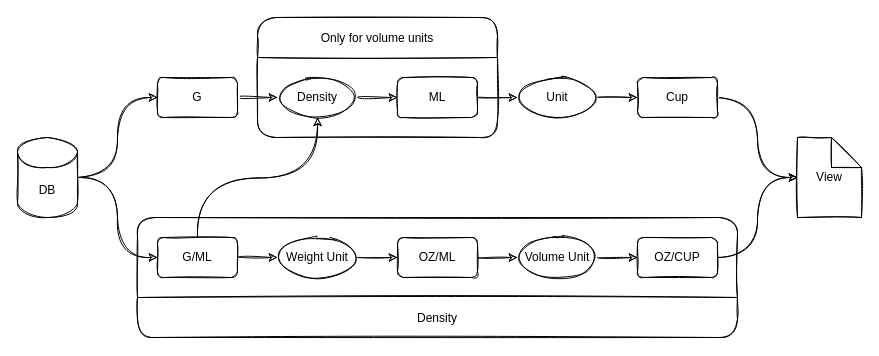
The draw.io diagram page "Page-2" (2 of 2) of data-model.drawio in ch-greams/recipe-book-app, before the edit. Source tidied: cells renumbered, new cells numbered last; positions are measured from the earlier drawing's top-left corner, leaving out a move shared by most shapes. Both pictures are drawn from the tidied source at 100%, with x=0, y=0 at pixel (17, 17).
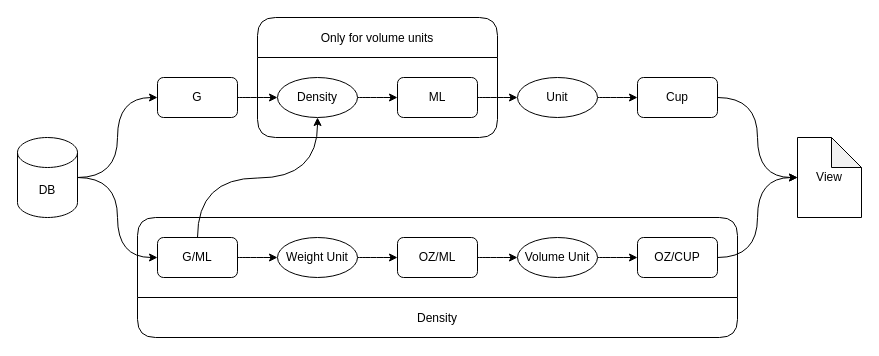
The same diagram, later.

What changed in the source:
```diff
@@
-    <mxCell id="2" style="edgeStyle=orthogonalEdgeStyle;curved=1;rounded=0;sketch=1;jettySize=auto;html=1;exitX=1;exitY=0.5;exitDx=0;exitDy=0;startArrow=none;startFill=0;endArrow=classic;endFill=1;entryX=0;entryY=0.5;entryDx=0;entryDy=0;" parent="1" edge="1" source="3" target="5">
+    <mxCell id="2" style="edgeStyle=orthogonalEdgeStyle;curved=1;rounded=0;jettySize=auto;html=1;exitX=1;exitY=0.5;exitDx=0;exitDy=0;startArrow=none;startFill=0;endArrow=classic;endFill=1;entryX=0;entryY=0.5;entryDx=0;entryDy=0;" parent="1" edge="1" source="3" target="5">
       <mxGeometry relative="1" as="geometry" />
     </mxCell>
-    <mxCell id="3" value="G" style="whiteSpace=wrap;html=1;rounded=1;sketch=1;" parent="1" vertex="1">
+    <mxCell id="3" value="G" style="whiteSpace=wrap;html=1;rounded=1;" parent="1" vertex="1">
       <mxGeometry x="140" y="60" width="80" height="40" as="geometry" />
     </mxCell>
-    <mxCell id="4" style="edgeStyle=orthogonalEdgeStyle;curved=1;rounded=0;sketch=1;jettySize=auto;html=1;entryX=0;entryY=0.5;entryDx=0;entryDy=0;startArrow=none;startFill=0;endArrow=classic;endFill=1;" parent="1" edge="1" source="5" target="7">
+    <mxCell id="4" style="edgeStyle=orthogonalEdgeStyle;curved=1;rounded=0;jettySize=auto;html=1;entryX=0;entryY=0.5;entryDx=0;entryDy=0;startArrow=none;startFill=0;endArrow=classic;endFill=1;" parent="1" edge="1" source="5" target="7">
       <mxGeometry relative="1" as="geometry" />
     </mxCell>
-    <mxCell id="5" value="Density" style="ellipse;whiteSpace=wrap;html=1;rounded=1;sketch=1;" parent="1" vertex="1">
+    <mxCell id="5" value="Density" style="ellipse;whiteSpace=wrap;html=1;rounded=1;" parent="1" vertex="1">
       <mxGeometry x="260" y="60" width="80" height="40" as="geometry" />
     </mxCell>
-    <mxCell id="6" style="edgeStyle=orthogonalEdgeStyle;curved=1;rounded=0;sketch=1;jettySize=auto;html=1;entryX=0;entryY=0.5;entryDx=0;entryDy=0;startArrow=none;startFill=0;endArrow=classic;endFill=1;" parent="1" edge="1" source="7" target="9">
+    <mxCell id="6" style="edgeStyle=orthogonalEdgeStyle;curved=1;rounded=0;jettySize=auto;html=1;entryX=0;entryY=0.5;entryDx=0;entryDy=0;startArrow=none;startFill=0;endArrow=classic;endFill=1;" parent="1" edge="1" source="7" target="9">
       <mxGeometry relative="1" as="geometry" />
     </mxCell>
-    <mxCell id="7" value="ML" style="whiteSpace=wrap;html=1;rounded=1;sketch=1;" parent="1" vertex="1">
+    <mxCell id="7" value="ML" style="whiteSpace=wrap;html=1;rounded=1;" parent="1" vertex="1">
       <mxGeometry x="380" y="60" width="80" height="40" as="geometry" />
     </mxCell>
-    <mxCell id="8" style="edgeStyle=orthogonalEdgeStyle;curved=1;rounded=0;sketch=1;jettySize=auto;html=1;entryX=0;entryY=0.5;entryDx=0;entryDy=0;startArrow=none;startFill=0;endArrow=classic;endFill=1;" parent="1" edge="1" source="9" target="11">
+    <mxCell id="8" style="edgeStyle=orthogonalEdgeStyle;curved=1;rounded=0;jettySize=auto;html=1;entryX=0;entryY=0.5;entryDx=0;entryDy=0;startArrow=none;startFill=0;endArrow=classic;endFill=1;" parent="1" edge="1" source="9" target="11">
       <mxGeometry relative="1" as="geometry" />
     </mxCell>
-    <mxCell id="9" value="Unit" style="ellipse;whiteSpace=wrap;html=1;rounded=1;sketch=1;" parent="1" vertex="1">
+    <mxCell id="9" value="Unit" style="ellipse;whiteSpace=wrap;html=1;rounded=1;" parent="1" vertex="1">
       <mxGeometry x="500" y="60" width="80" height="40" as="geometry" />
     </mxCell>
-    <mxCell id="10" style="edgeStyle=orthogonalEdgeStyle;curved=1;rounded=0;sketch=1;jettySize=auto;html=1;exitX=1;exitY=0.5;exitDx=0;exitDy=0;entryX=0;entryY=0.5;entryDx=0;entryDy=0;entryPerimeter=0;fontFamily=Helvetica;startArrow=none;startFill=0;endArrow=classic;endFill=1;" parent="1" edge="1" source="11" target="28">
+    <mxCell id="10" style="edgeStyle=orthogonalEdgeStyle;curved=1;rounded=0;jettySize=auto;html=1;exitX=1;exitY=0.5;exitDx=0;exitDy=0;entryX=0;entryY=0.5;entryDx=0;entryDy=0;entryPerimeter=0;fontFamily=Helvetica;startArrow=none;startFill=0;endArrow=classic;endFill=1;" parent="1" edge="1" source="11" target="28">
       <mxGeometry relative="1" as="geometry" />
     </mxCell>
-    <mxCell id="11" value="Cup" style="whiteSpace=wrap;html=1;rounded=1;sketch=1;" parent="1" vertex="1">
+    <mxCell id="11" value="Cup" style="whiteSpace=wrap;html=1;rounded=1;" parent="1" vertex="1">
       <mxGeometry x="620" y="60" width="80" height="40" as="geometry" />
     </mxCell>
-    <mxCell id="12" value="Only for volume units" style="swimlane;rounded=1;sketch=1;startSize=40;fontFamily=Helvetica;fontStyle=0;glass=0;shadow=0;" parent="1" vertex="1">
+    <mxCell id="12" value="Only for volume units" style="swimlane;rounded=1;startSize=40;fontFamily=Helvetica;fontStyle=0;glass=0;shadow=0;" parent="1" vertex="1">
       <mxGeometry x="240" width="240" height="120" as="geometry" />
     </mxCell>
-    <mxCell id="13" style="edgeStyle=orthogonalEdgeStyle;curved=1;rounded=0;sketch=1;jettySize=auto;html=1;exitX=1;exitY=0.5;exitDx=0;exitDy=0;entryX=0;entryY=0.5;entryDx=0;entryDy=0;fontFamily=Helvetica;startArrow=none;startFill=0;endArrow=classic;endFill=1;" parent="1" edge="1" source="15" target="19">
+    <mxCell id="13" style="edgeStyle=orthogonalEdgeStyle;curved=1;rounded=0;jettySize=auto;html=1;exitX=1;exitY=0.5;exitDx=0;exitDy=0;entryX=0;entryY=0.5;entryDx=0;entryDy=0;fontFamily=Helvetica;startArrow=none;startFill=0;endArrow=classic;endFill=1;" parent="1" edge="1" source="15" target="19">
       <mxGeometry relative="1" as="geometry" />
     </mxCell>
-    <mxCell id="14" style="edgeStyle=orthogonalEdgeStyle;curved=1;rounded=0;sketch=1;jettySize=auto;html=1;fontFamily=Helvetica;startArrow=none;startFill=0;endArrow=classic;endFill=1;exitX=0.5;exitY=0;exitDx=0;exitDy=0;" parent="1" edge="1" source="15">
+    <mxCell id="14" style="edgeStyle=orthogonalEdgeStyle;curved=1;rounded=0;jettySize=auto;html=1;fontFamily=Helvetica;startArrow=none;startFill=0;endArrow=classic;endFill=1;exitX=0.5;exitY=0;exitDx=0;exitDy=0;" parent="1" edge="1" source="15">
       <mxGeometry relative="1" as="geometry">
         <mxPoint x="300" y="100" as="targetPoint" />
       </mxGeometry>
     </mxCell>
-    <mxCell id="15" value="G/ML" style="whiteSpace=wrap;html=1;rounded=1;sketch=1;" parent="1" vertex="1">
+    <mxCell id="15" value="G/ML" style="whiteSpace=wrap;html=1;rounded=1;" parent="1" vertex="1">
       <mxGeometry x="140" y="220" width="80" height="40" as="geometry" />
     </mxCell>
-    <mxCell id="16" style="edgeStyle=orthogonalEdgeStyle;curved=1;rounded=0;sketch=1;jettySize=auto;html=1;entryX=0;entryY=0.5;entryDx=0;entryDy=0;entryPerimeter=0;fontFamily=Helvetica;startArrow=none;startFill=0;endArrow=classic;endFill=1;" parent="1" edge="1" source="17" target="28">
+    <mxCell id="16" style="edgeStyle=orthogonalEdgeStyle;curved=1;rounded=0;jettySize=auto;html=1;entryX=0;entryY=0.5;entryDx=0;entryDy=0;entryPerimeter=0;fontFamily=Helvetica;startArrow=none;startFill=0;endArrow=classic;endFill=1;" parent="1" edge="1" source="17" target="28">
       <mxGeometry relative="1" as="geometry" />
     </mxCell>
-    <mxCell id="17" value="OZ/CUP" style="whiteSpace=wrap;html=1;rounded=1;sketch=1;" parent="1" vertex="1">
+    <mxCell id="17" value="OZ/CUP" style="whiteSpace=wrap;html=1;rounded=1;" parent="1" vertex="1">
       <mxGeometry x="620" y="220" width="80" height="40" as="geometry" />
     </mxCell>
-    <mxCell id="18" style="edgeStyle=orthogonalEdgeStyle;curved=1;rounded=0;sketch=1;jettySize=auto;html=1;exitX=1;exitY=0.5;exitDx=0;exitDy=0;entryX=0;entryY=0.5;entryDx=0;entryDy=0;fontFamily=Helvetica;startArrow=none;startFill=0;endArrow=classic;endFill=1;" parent="1" edge="1" source="19" target="21">
+    <mxCell id="18" style="edgeStyle=orthogonalEdgeStyle;curved=1;rounded=0;jettySize=auto;html=1;exitX=1;exitY=0.5;exitDx=0;exitDy=0;entryX=0;entryY=0.5;entryDx=0;entryDy=0;fontFamily=Helvetica;startArrow=none;startFill=0;endArrow=classic;endFill=1;" parent="1" edge="1" source="19" target="21">
       <mxGeometry relative="1" as="geometry" />
     </mxCell>
-    <mxCell id="19" value="Weight Unit" style="ellipse;whiteSpace=wrap;html=1;rounded=1;sketch=1;direction=east;" parent="1" vertex="1">
+    <mxCell id="19" value="Weight Unit" style="ellipse;whiteSpace=wrap;html=1;rounded=1;direction=east;" parent="1" vertex="1">
       <mxGeometry x="260" y="220" width="80" height="40" as="geometry" />
     </mxCell>
-    <mxCell id="20" style="edgeStyle=orthogonalEdgeStyle;curved=1;rounded=0;sketch=1;jettySize=auto;html=1;exitX=1;exitY=0.5;exitDx=0;exitDy=0;entryX=0;entryY=0.5;entryDx=0;entryDy=0;fontFamily=Helvetica;startArrow=none;startFill=0;endArrow=classic;endFill=1;" parent="1" edge="1" source="21" target="23">
+    <mxCell id="20" style="edgeStyle=orthogonalEdgeStyle;curved=1;rounded=0;jettySize=auto;html=1;exitX=1;exitY=0.5;exitDx=0;exitDy=0;entryX=0;entryY=0.5;entryDx=0;entryDy=0;fontFamily=Helvetica;startArrow=none;startFill=0;endArrow=classic;endFill=1;" parent="1" edge="1" source="21" target="23">
       <mxGeometry relative="1" as="geometry" />
     </mxCell>
-    <mxCell id="21" value="OZ/ML" style="whiteSpace=wrap;html=1;rounded=1;sketch=1;" parent="1" vertex="1">
+    <mxCell id="21" value="OZ/ML" style="whiteSpace=wrap;html=1;rounded=1;" parent="1" vertex="1">
       <mxGeometry x="380" y="220" width="80" height="40" as="geometry" />
     </mxCell>
-    <mxCell id="22" style="edgeStyle=orthogonalEdgeStyle;curved=1;rounded=0;sketch=1;jettySize=auto;html=1;entryX=0;entryY=0.5;entryDx=0;entryDy=0;fontFamily=Helvetica;startArrow=none;startFill=0;endArrow=classic;endFill=1;" parent="1" edge="1" source="23" target="17">
+    <mxCell id="22" style="edgeStyle=orthogonalEdgeStyle;curved=1;rounded=0;jettySize=auto;html=1;entryX=0;entryY=0.5;entryDx=0;entryDy=0;fontFamily=Helvetica;startArrow=none;startFill=0;endArrow=classic;endFill=1;" parent="1" edge="1" source="23" target="17">
       <mxGeometry relative="1" as="geometry" />
     </mxCell>
-    <mxCell id="23" value="Volume Unit" style="ellipse;whiteSpace=wrap;html=1;rounded=1;sketch=1;" parent="1" vertex="1">
+    <mxCell id="23" value="Volume Unit" style="ellipse;whiteSpace=wrap;html=1;rounded=1;" parent="1" vertex="1">
       <mxGeometry x="500" y="220" width="80" height="40" as="geometry" />
     </mxCell>
-    <mxCell id="24" value="Density" style="swimlane;rounded=1;sketch=1;startSize=40;fontFamily=Helvetica;fontStyle=0;glass=0;shadow=0;direction=west;" parent="1" vertex="1">
+    <mxCell id="24" value="Density" style="swimlane;rounded=1;startSize=40;fontFamily=Helvetica;fontStyle=0;glass=0;shadow=0;direction=west;" parent="1" vertex="1">
       <mxGeometry x="120" y="200" width="600" height="120" as="geometry" />
     </mxCell>
-    <mxCell id="25" style="edgeStyle=orthogonalEdgeStyle;curved=1;rounded=0;sketch=1;jettySize=auto;html=1;entryX=0;entryY=0.5;entryDx=0;entryDy=0;fontFamily=Helvetica;startArrow=none;startFill=0;endArrow=classic;endFill=1;" parent="1" edge="1" source="27" target="3">
+    <mxCell id="25" style="edgeStyle=orthogonalEdgeStyle;curved=1;rounded=0;jettySize=auto;html=1;entryX=0;entryY=0.5;entryDx=0;entryDy=0;fontFamily=Helvetica;startArrow=none;startFill=0;endArrow=classic;endFill=1;" parent="1" edge="1" source="27" target="3">
       <mxGeometry relative="1" as="geometry" />
     </mxCell>
-    <mxCell id="26" style="edgeStyle=orthogonalEdgeStyle;curved=1;rounded=0;sketch=1;jettySize=auto;html=1;entryX=0;entryY=0.5;entryDx=0;entryDy=0;fontFamily=Helvetica;startArrow=none;startFill=0;endArrow=classic;endFill=1;" parent="1" edge="1" source="27" target="15">
+    <mxCell id="26" style="edgeStyle=orthogonalEdgeStyle;curved=1;rounded=0;jettySize=auto;html=1;entryX=0;entryY=0.5;entryDx=0;entryDy=0;fontFamily=Helvetica;startArrow=none;startFill=0;endArrow=classic;endFill=1;" parent="1" edge="1" source="27" target="15">
       <mxGeometry relative="1" as="geometry" />
     </mxCell>
-    <mxCell id="27" value="DB" style="shape=cylinder3;whiteSpace=wrap;html=1;boundedLbl=1;backgroundOutline=1;size=15;rounded=1;shadow=0;glass=0;sketch=1;fontFamily=Helvetica;" parent="1" vertex="1">
+    <mxCell id="27" value="DB" style="shape=cylinder3;whiteSpace=wrap;html=1;boundedLbl=1;backgroundOutline=1;size=15;rounded=1;shadow=0;glass=0;fontFamily=Helvetica;" parent="1" vertex="1">
       <mxGeometry y="120" width="60" height="80" as="geometry" />
     </mxCell>
-    <mxCell id="28" value="View" style="shape=note;whiteSpace=wrap;html=1;backgroundOutline=1;darkOpacity=0.05;rounded=1;shadow=0;glass=0;sketch=1;fontFamily=Helvetica;" parent="1" vertex="1">
+    <mxCell id="28" value="View" style="shape=note;whiteSpace=wrap;html=1;backgroundOutline=1;darkOpacity=0.05;rounded=1;shadow=0;glass=0;fontFamily=Helvetica;" parent="1" vertex="1">
       <mxGeometry x="780" y="120" width="64" height="80" as="geometry" />
     </mxCell>
```
